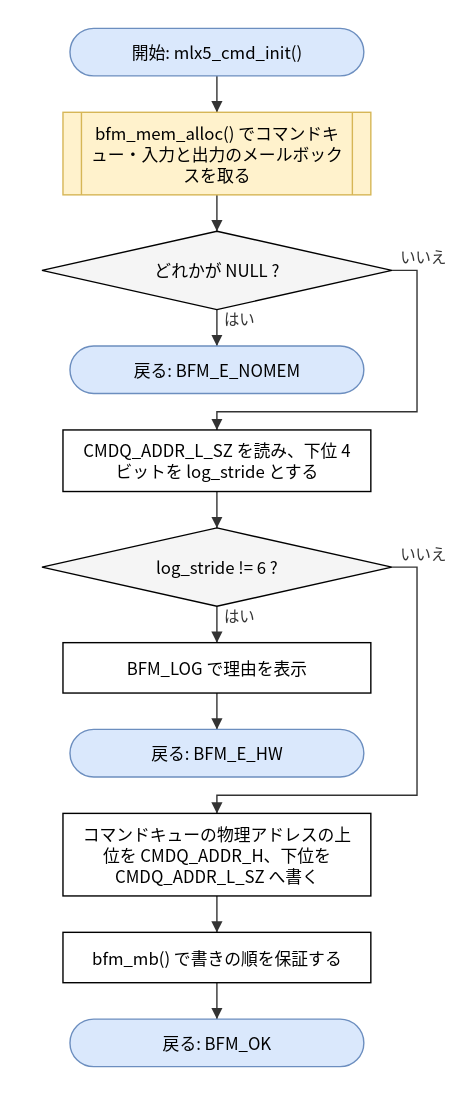
Before: doc/spec/images/flow_src_mlx5_cmd-mlx5_cmd_init.drawio.svg, a diagram exported from draw.io (hf355051012-ai/bfmem). Source tidied: cells renumbered, new cells last; positions are measured from the earlier drawing's top-left corner, leaving out a move shared by most shapes.
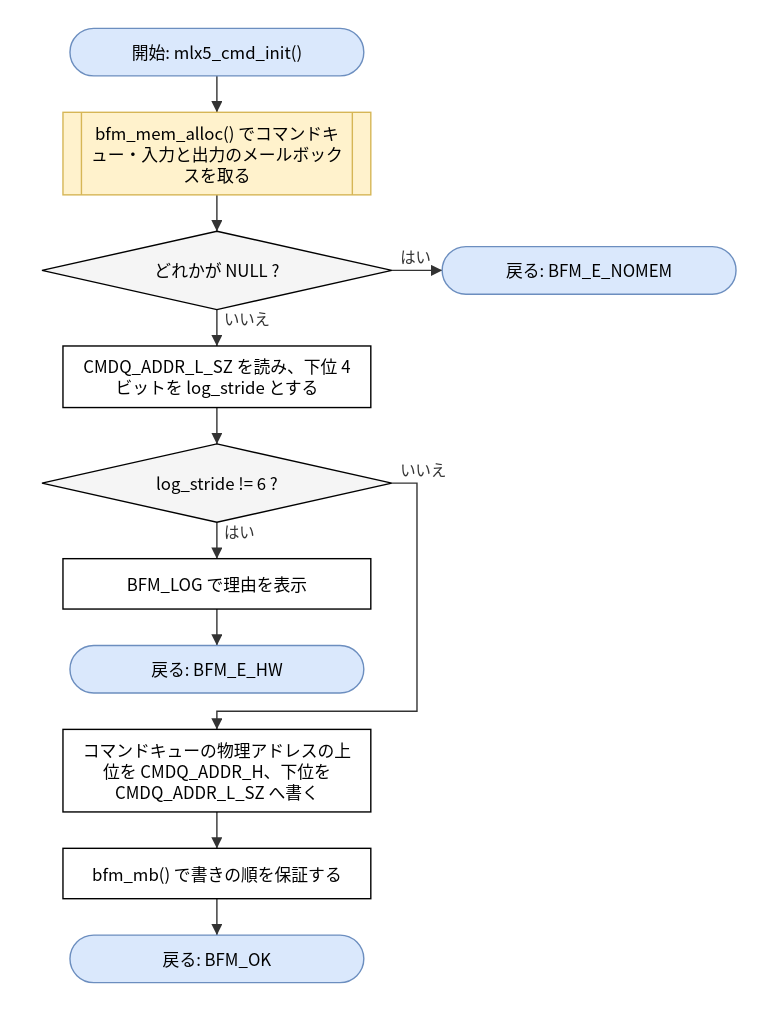
Above is the later version.

What changed in the source:
```diff
@@ -3,16 +3,16 @@
     <mxCell id="0" />
     <mxCell id="1" parent="0" />
     <mxCell id="2" value="開始: mlx5_cmd_init()" style="rounded=1;arcSize=50;whiteSpace=wrap;html=1;fillColor=#dae8fc;strokeColor=#6c8ebf;" parent="1" vertex="1">
-      <mxGeometry x="20" width="210" height="34" as="geometry" />
+      <mxGeometry x="20" y="60" width="210" height="34" as="geometry" />
     </mxCell>
     <mxCell id="3" value="bfm_mem_alloc() でコマンドキ&lt;br&gt;ュー・入力と出力のメールボック&lt;br&gt;スを取る" style="shape=process;whiteSpace=wrap;html=1;backgroundOutline=1;size=0.06;fillColor=#fff2cc;strokeColor=#d6b656;" parent="1" vertex="1">
-      <mxGeometry x="15" y="60" width="220" height="59" as="geometry" />
+      <mxGeometry x="15" y="120" width="220" height="59" as="geometry" />
     </mxCell>
     <mxCell id="4" value="どれかが NULL ?" style="rhombus;whiteSpace=wrap;html=1;fillColor=#f5f5f5;" parent="1" vertex="1">
-      <mxGeometry y="145" width="250" height="56" as="geometry" />
+      <mxGeometry y="205" width="250" height="56" as="geometry" />
     </mxCell>
     <mxCell id="5" value="戻る: BFM_E_NOMEM" style="rounded=1;arcSize=50;whiteSpace=wrap;html=1;fillColor=#dae8fc;strokeColor=#6c8ebf;" parent="1" vertex="1">
-      <mxGeometry x="20" y="227" width="210" height="34" as="geometry" />
+      <mxGeometry x="286" y="216" width="210" height="34" as="geometry" />
     </mxCell>
     <mxCell id="6" value="CMDQ_ADDR_L_SZ を読み、下位 4&lt;br&gt;ビットを log_stride とする" style="rounded=0;whiteSpace=wrap;html=1;" parent="1" vertex="1">
       <mxGeometry x="15" y="287" width="220" height="44" as="geometry" />
@@ -41,17 +41,11 @@
     <mxCell id="14" style="edgeStyle=none;html=1;rounded=0;endArrow=block;endFill=1;exitX=0.5000;exitY=1.0000;exitDx=0;exitDy=0;exitPerimeter=0;entryX=0.5000;entryY=0.0000;entryDx=0;entryDy=0;entryPerimeter=0;" parent="1" edge="1" source="3" target="4">
       <mxGeometry relative="1" as="geometry" />
     </mxCell>
-    <mxCell id="15" value="はい" style="edgeStyle=none;html=1;rounded=0;endArrow=block;endFill=1;exitX=0.5000;exitY=1.0000;exitDx=0;exitDy=0;exitPerimeter=0;entryX=0.5000;entryY=0.0000;entryDx=0;entryDy=0;entryPerimeter=0;" parent="1" edge="1" source="4" target="5">
+    <mxCell id="15" value="はい" style="edgeStyle=none;html=1;rounded=0;endArrow=block;endFill=1;exitX=1.0000;exitY=0.5000;exitDx=0;exitDy=0;exitPerimeter=0;entryX=0.0000;entryY=0.5000;entryDx=0;entryDy=0;entryPerimeter=0;" parent="1" edge="1" source="4" target="5">
       <mxGeometry relative="1" as="geometry" />
     </mxCell>
-    <mxCell id="16" value="いいえ" style="edgeStyle=none;html=1;rounded=0;endArrow=block;endFill=1;exitX=1.0000;exitY=0.5000;exitDx=0;exitDy=0;exitPerimeter=0;entryX=0.5000;entryY=0.0000;entryDx=0;entryDy=0;entryPerimeter=0;" parent="1" edge="1" source="4" target="6">
-      <mxGeometry relative="1" as="geometry">
-        <Array as="points">
-          <mxPoint x="268" y="173" />
-          <mxPoint x="268" y="274" />
-          <mxPoint x="125" y="274" />
-        </Array>
-      </mxGeometry>
+    <mxCell id="16" value="いいえ" style="edgeStyle=none;html=1;rounded=0;endArrow=block;endFill=1;exitX=0.5000;exitY=1.0000;exitDx=0;exitDy=0;exitPerimeter=0;entryX=0.5000;entryY=0.0000;entryDx=0;entryDy=0;entryPerimeter=0;" parent="1" edge="1" source="4" target="6">
+      <mxGeometry relative="1" as="geometry" />
     </mxCell>
     <mxCell id="17" style="edgeStyle=none;html=1;rounded=0;endArrow=block;endFill=1;exitX=0.5000;exitY=1.0000;exitDx=0;exitDy=0;exitPerimeter=0;entryX=0.5000;entryY=0.0000;entryDx=0;entryDy=0;entryPerimeter=0;" parent="1" edge="1" source="6" target="7">
       <mxGeometry relative="1" as="geometry" />
```
